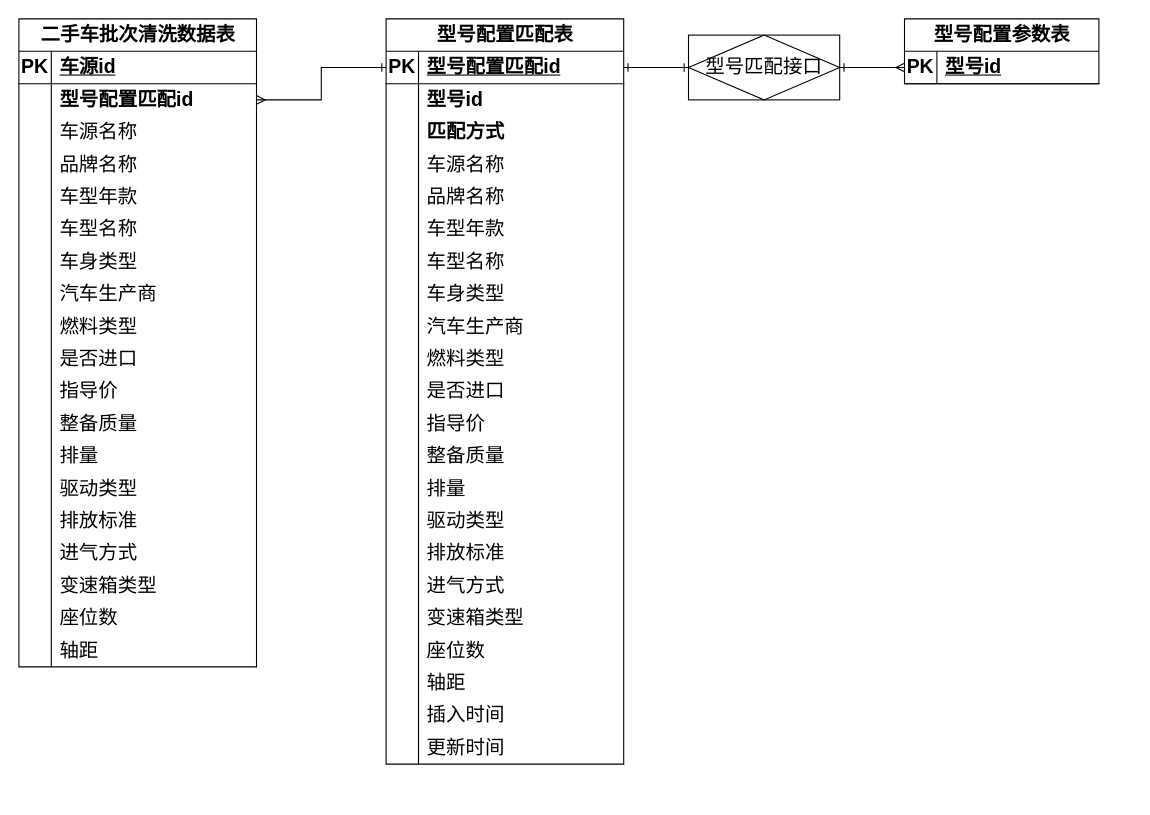
wangzijia122/drawio_repository keeps this draw.io diagram as page "数据模型" (2 of 2) of 型号匹配流程优化.drawio. Above is the earlier version. Source tidied: cells renumbered, new cells numbered last; positions are measured from the earlier drawing's top-left corner, leaving out a move shared by most shapes. Both pictures are drawn from the tidied source at 108%, with x=0, y=0 at pixel (18, 18).
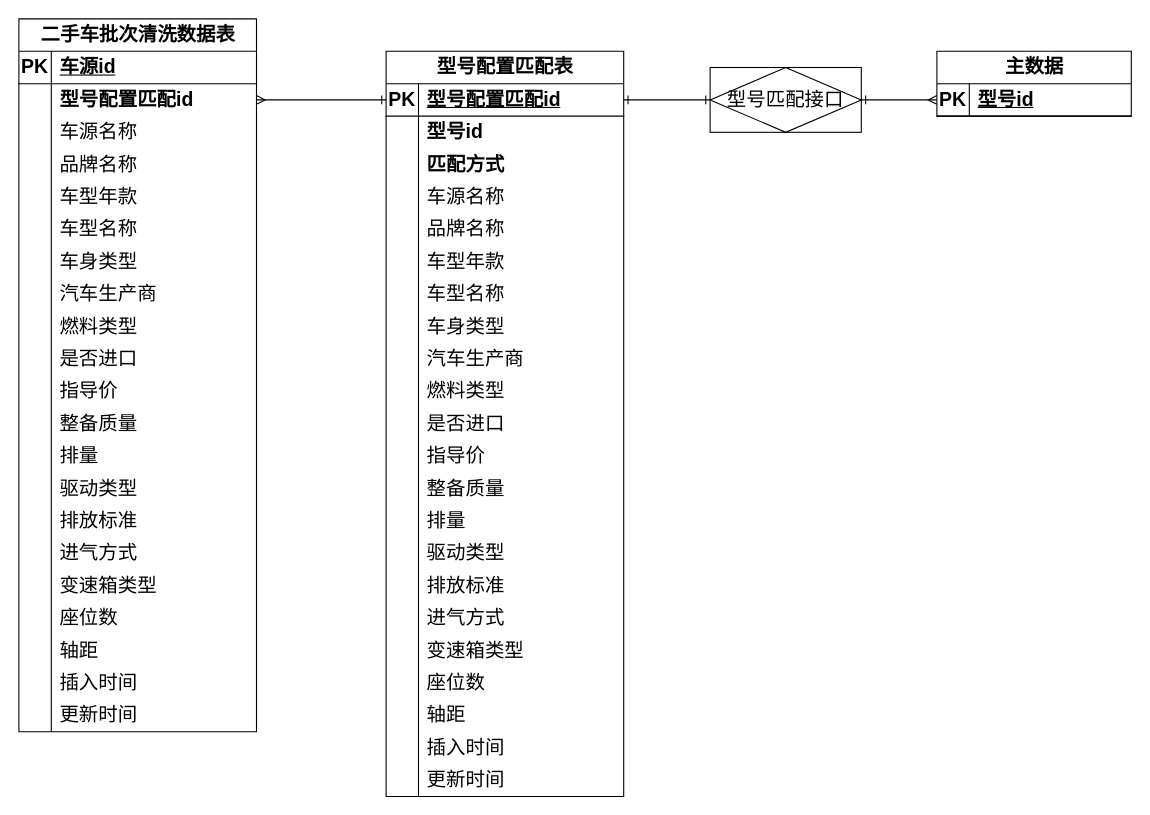
The same page after the edit.

Commit message:
更新型号匹配流程优化.drawio

Change to the diagram source:
```diff
@@
     <mxCell id="2" value="型号配置匹配表" style="shape=table;startSize=30;childLayout=tableLayout;rowLines=0;fontStyle=1;align=center;html=1;fontSize=18;" parent="1" vertex="1">
-      <mxGeometry x="340" width="220" height="690" as="geometry" />
+      <mxGeometry x="340" y="30" width="220" height="690" as="geometry" />
     </mxCell>
@@
-    <mxCell id="69" value="型号配置参数表" style="shape=table;startSize=30;childLayout=tableLayout;rowLines=0;fontStyle=1;align=center;html=1;fontSize=18;" parent="1" vertex="1">
-      <mxGeometry x="820" width="180" height="60" as="geometry" />
+    <mxCell id="69" value="主数据" style="shape=table;startSize=30;childLayout=tableLayout;rowLines=0;fontStyle=1;align=center;html=1;fontSize=18;" parent="1" vertex="1">
+      <mxGeometry x="850" y="30" width="180" height="60" as="geometry" />
     </mxCell>
@@
     <mxCell id="73" value="二手车批次清洗数据表" style="shape=table;startSize=30;childLayout=tableLayout;rowLines=0;fontStyle=1;align=center;html=1;fontSize=18;" parent="1" vertex="1">
-      <mxGeometry width="220" height="600" as="geometry" />
+      <mxGeometry width="220" height="660" as="geometry" />
     </mxCell>
@@
+    <mxCell id="135" style="shape=tableRow;horizontal=0;startSize=0;swimlaneHead=0;swimlaneBody=0;fillColor=none;top=0;left=0;right=0;bottom=0;fontSize=18;" parent="73" vertex="1">
+      <mxGeometry y="600" width="220" height="30" as="geometry" />
+    </mxCell>
+    <mxCell id="136" style="shape=partialRectangle;fillColor=none;top=0;left=0;bottom=0;right=0;overflow=hidden;whiteSpace=wrap;html=1;fontSize=18;" parent="135" vertex="1">
+      <mxGeometry width="30" height="30" as="geometry" />
+    </mxCell>
+    <mxCell id="137" value="插入时间" style="shape=partialRectangle;fillColor=none;top=0;left=0;bottom=0;right=0;align=left;spacingLeft=6;overflow=hidden;whiteSpace=wrap;html=1;fontSize=18;" parent="135" vertex="1">
+      <mxGeometry x="30" width="190" height="30" as="geometry" />
+    </mxCell>
+    <mxCell id="138" style="shape=tableRow;horizontal=0;startSize=0;swimlaneHead=0;swimlaneBody=0;fillColor=none;top=0;left=0;right=0;bottom=0;fontSize=18;" parent="73" vertex="1">
+      <mxGeometry y="630" width="220" height="30" as="geometry" />
+    </mxCell>
+    <mxCell id="139" style="shape=partialRectangle;fillColor=none;top=0;left=0;bottom=0;right=0;overflow=hidden;whiteSpace=wrap;html=1;fontSize=18;" parent="138" vertex="1">
+      <mxGeometry width="30" height="30" as="geometry" />
+    </mxCell>
+    <mxCell id="140" value="更新时间" style="shape=partialRectangle;fillColor=none;top=0;left=0;bottom=0;right=0;align=left;spacingLeft=6;overflow=hidden;whiteSpace=wrap;html=1;fontSize=18;" parent="138" vertex="1">
+      <mxGeometry x="30" width="190" height="30" as="geometry" />
+    </mxCell>
@@
     <mxCell id="133" value="型号匹配接口" style="shape=associativeEntity;whiteSpace=wrap;html=1;align=center;fontSize=18;" parent="1" vertex="1">
-      <mxGeometry x="620" y="15" width="140" height="60" as="geometry" />
+      <mxGeometry x="640" y="45" width="140" height="60" as="geometry" />
     </mxCell>
```
